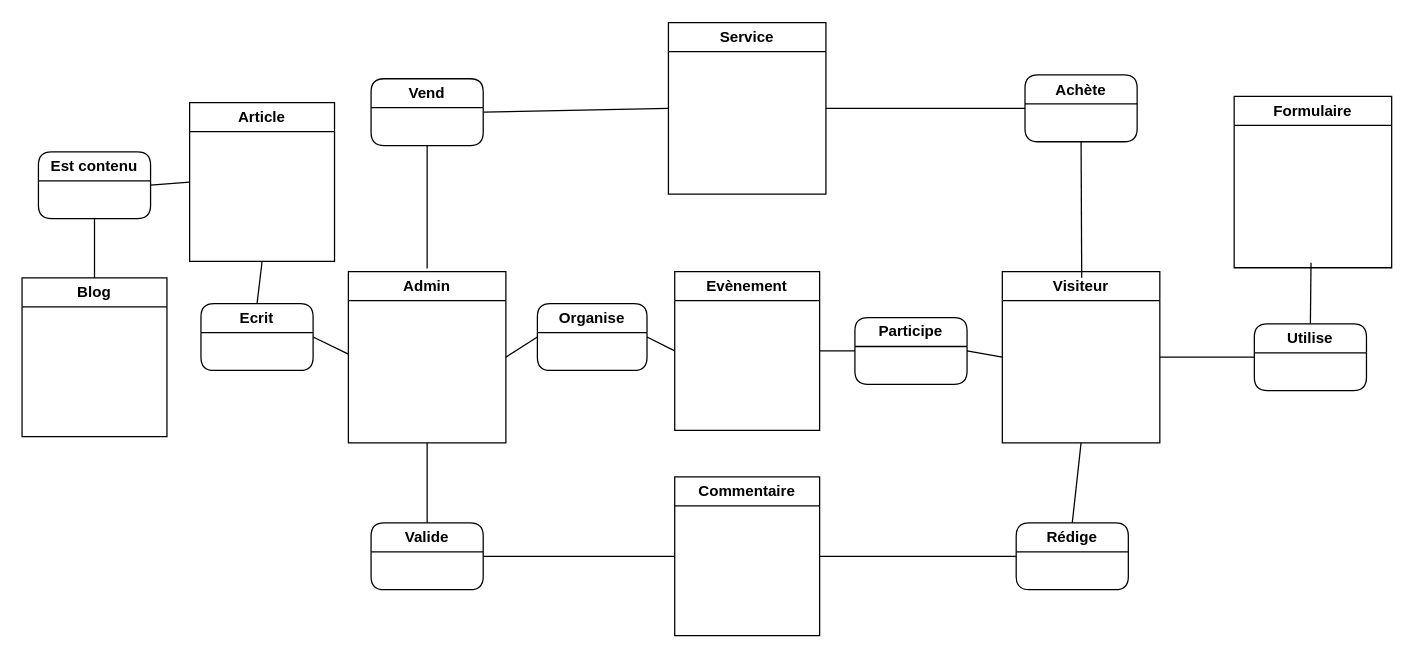
Jonathan-Saenger/Projet keeps this draw.io diagram as MCD.drawio. Above is the earlier version. Source tidied: cells renumbered, new cells numbered last; positions are measured from the earlier drawing's top-left corner, leaving out a move shared by most shapes. Both pictures are drawn from the tidied source at 126%, with x=0, y=0 at pixel (21, 21).
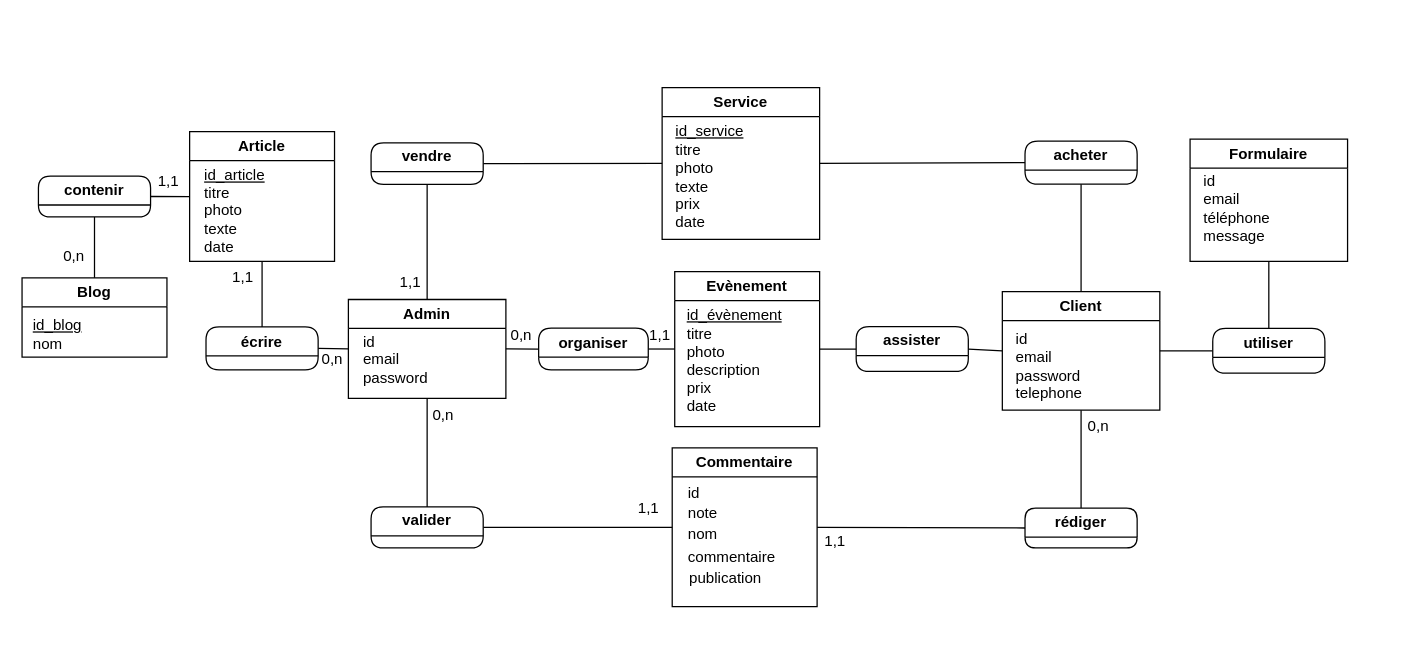
The same page after the edit.

Commit message (it also covers changes not shown here):
Etablissement des requêtes SQL

Change to the diagram source:
```diff
@@
-    <mxCell id="2" style="edgeStyle=none;html=1;entryX=1;entryY=0.5;entryDx=0;entryDy=0;endArrow=none;endFill=0;strokeColor=#000000;exitX=0;exitY=0.5;exitDx=0;exitDy=0;" parent="1" edge="1" target="9">
-      <mxGeometry relative="1" as="geometry">
-        <mxPoint x="259" y="263.5" as="sourcePoint" />
-      </mxGeometry>
+    <mxCell id="2" style="edgeStyle=none;html=1;entryX=1;entryY=0.5;entryDx=0;entryDy=0;endArrow=none;endFill=0;strokeColor=#000000;exitX=0;exitY=0.5;exitDx=0;exitDy=0;" parent="1" edge="1" source="5" target="9">
+      <mxGeometry relative="1" as="geometry" />
     </mxCell>
@@
-    <mxCell id="4" style="edgeStyle=none;html=1;entryX=0.5;entryY=1;entryDx=0;entryDy=0;strokeColor=#000000;endArrow=none;endFill=0;exitX=0.5;exitY=0;exitDx=0;exitDy=0;" parent="1" edge="1" target="25">
-      <mxGeometry relative="1" as="geometry">
-        <mxPoint x="321.5" y="195.5" as="sourcePoint" />
-      </mxGeometry>
+    <mxCell id="4" style="edgeStyle=none;html=1;entryX=0.5;entryY=1;entryDx=0;entryDy=0;strokeColor=#000000;endArrow=none;endFill=0;exitX=0.5;exitY=0;exitDx=0;exitDy=0;" parent="1" edge="1" source="5" target="25">
+      <mxGeometry relative="1" as="geometry" />
     </mxCell>
     <mxCell id="5" value="Admin" style="swimlane;whiteSpace=wrap;html=1;labelBackgroundColor=#FFFFFF;labelBorderColor=none;strokeColor=#000000;fontColor=#000000;fillColor=#FFFFFF;gradientColor=none;rounded=0;swimlaneLine=1;startSize=23;" parent="1" vertex="1">
-      <mxGeometry x="259" y="198" width="125" height="136" as="geometry" />
+      <mxGeometry x="259" y="220.2" width="125" height="78.5" as="geometry" />
     </mxCell>
+    <mxCell id="37" value="id&lt;br&gt;email&lt;br&gt;password" style="text;html=1;strokeColor=none;fillColor=none;align=left;verticalAlign=middle;whiteSpace=wrap;rounded=0;fontColor=#000000;" parent="5" vertex="1">
+      <mxGeometry x="10" y="33" width="60" height="30" as="geometry" />
+    </mxCell>
@@
     <mxCell id="7" value="Article" style="swimlane;whiteSpace=wrap;html=1;labelBackgroundColor=#FFFFFF;labelBorderColor=none;strokeColor=#000000;fontColor=#000000;fillColor=#FFFFFF;gradientColor=none;rounded=0;swimlaneLine=1;startSize=23;" parent="1" vertex="1">
-      <mxGeometry x="133" y="64" width="115" height="126" as="geometry" />
+      <mxGeometry x="133" y="87" width="115" height="103" as="geometry" />
     </mxCell>
+    <mxCell id="38" value="&lt;u&gt;id_article&lt;/u&gt;&lt;br&gt;titre&lt;br&gt;photo&lt;br&gt;texte&lt;br&gt;date" style="text;html=1;strokeColor=none;fillColor=none;align=left;verticalAlign=middle;whiteSpace=wrap;rounded=0;fontColor=#000000;" parent="7" vertex="1">
+      <mxGeometry x="10" y="48" width="60" height="30" as="geometry" />
+    </mxCell>
@@
-    <mxCell id="9" value="Ecrit" style="swimlane;whiteSpace=wrap;html=1;labelBackgroundColor=#FFFFFF;labelBorderColor=none;strokeColor=#000000;fontColor=#000000;fillColor=#FFFFFF;gradientColor=none;rounded=1;swimlaneLine=1;startSize=23;" parent="1" vertex="1">
-      <mxGeometry x="142" y="223.5" width="89" height="53" as="geometry" />
+    <mxCell id="9" value="écrire" style="swimlane;whiteSpace=wrap;html=1;labelBackgroundColor=#FFFFFF;labelBorderColor=none;strokeColor=#000000;fontColor=#000000;fillColor=#FFFFFF;gradientColor=none;rounded=1;swimlaneLine=1;startSize=23;" parent="1" vertex="1">
+      <mxGeometry x="146" y="242" width="89" height="34" as="geometry" />
     </mxCell>
     <mxCell id="10" value="Blog" style="swimlane;whiteSpace=wrap;html=1;labelBackgroundColor=#FFFFFF;labelBorderColor=none;strokeColor=#000000;fontColor=#000000;fillColor=#FFFFFF;gradientColor=none;rounded=0;swimlaneLine=1;startSize=23;" parent="1" vertex="1">
-      <mxGeometry y="203" width="115" height="126" as="geometry" />
+      <mxGeometry y="203" width="115" height="63" as="geometry" />
     </mxCell>
+    <mxCell id="39" value="&lt;u&gt;id_blog&lt;/u&gt;&lt;br&gt;nom" style="text;html=1;strokeColor=none;fillColor=none;align=left;verticalAlign=middle;whiteSpace=wrap;rounded=0;fontColor=#000000;" parent="10" vertex="1">
+      <mxGeometry x="7" y="30" width="60" height="30" as="geometry" />
+    </mxCell>
@@
-    <mxCell id="12" value="Est contenu" style="swimlane;whiteSpace=wrap;html=1;labelBackgroundColor=#FFFFFF;labelBorderColor=none;strokeColor=#000000;fontColor=#000000;fillColor=#FFFFFF;gradientColor=none;rounded=1;swimlaneLine=1;startSize=23;" parent="1" vertex="1">
-      <mxGeometry x="13" y="103" width="89" height="53" as="geometry" />
+    <mxCell id="12" value="contenir" style="swimlane;whiteSpace=wrap;html=1;labelBackgroundColor=#FFFFFF;labelBorderColor=none;strokeColor=#000000;fontColor=#000000;fillColor=#FFFFFF;gradientColor=none;rounded=1;swimlaneLine=1;startSize=23;" parent="1" vertex="1">
+      <mxGeometry x="13" y="122.2" width="89" height="32.5" as="geometry" />
     </mxCell>
@@
-    <mxCell id="15" value="Visiteur" style="swimlane;whiteSpace=wrap;html=1;labelBackgroundColor=#FFFFFF;labelBorderColor=none;strokeColor=#000000;fontColor=#000000;fillColor=#FFFFFF;gradientColor=none;rounded=0;swimlaneLine=1;startSize=23;" parent="1" vertex="1">
-      <mxGeometry x="778" y="198" width="125" height="136" as="geometry" />
+    <mxCell id="15" value="Client" style="swimlane;whiteSpace=wrap;html=1;labelBackgroundColor=#FFFFFF;labelBorderColor=none;strokeColor=#000000;fontColor=#000000;fillColor=#FFFFFF;gradientColor=none;rounded=0;swimlaneLine=1;startSize=23;" parent="1" vertex="1">
+      <mxGeometry x="778" y="214" width="125" height="94" as="geometry" />
     </mxCell>
+    <mxCell id="40" value="id&lt;br&gt;email&lt;br&gt;password&lt;br&gt;&lt;div style=&quot;&quot;&gt;&lt;span style=&quot;background-color: initial;&quot;&gt;telephone&lt;/span&gt;&lt;/div&gt;" style="text;html=1;strokeColor=none;fillColor=none;align=left;verticalAlign=middle;whiteSpace=wrap;rounded=0;fontColor=#000000;" parent="15" vertex="1">
+      <mxGeometry x="9" y="44" width="60" height="30" as="geometry" />
+    </mxCell>
     <mxCell id="16" value="Formulaire" style="swimlane;whiteSpace=wrap;html=1;labelBackgroundColor=#FFFFFF;labelBorderColor=none;strokeColor=#000000;fontColor=#000000;fillColor=#FFFFFF;gradientColor=none;rounded=0;swimlaneLine=1;startSize=23;" parent="1" vertex="1">
-      <mxGeometry x="962" y="59" width="125" height="136" as="geometry" />
+      <mxGeometry x="927" y="93" width="125" height="97" as="geometry" />
     </mxCell>
+    <mxCell id="41" value="id&lt;br&gt;email&lt;br&gt;téléphone&lt;br&gt;message" style="text;html=1;strokeColor=none;fillColor=none;align=left;verticalAlign=middle;whiteSpace=wrap;rounded=0;fontColor=#000000;" parent="16" vertex="1">
+      <mxGeometry x="9" y="40.2" width="60" height="30" as="geometry" />
+    </mxCell>
-    <mxCell id="17" style="edgeStyle=none;html=1;exitX=0.5;exitY=0;exitDx=0;exitDy=0;strokeColor=#000000;endArrow=none;endFill=0;" parent="1" edge="1" source="18">
-      <mxGeometry relative="1" as="geometry">
-        <mxPoint x="1023" y="191" as="targetPoint" />
-      </mxGeometry>
+    <mxCell id="17" style="edgeStyle=none;html=1;exitX=0.5;exitY=0;exitDx=0;exitDy=0;strokeColor=#000000;endArrow=none;endFill=0;entryX=0.5;entryY=1;entryDx=0;entryDy=0;" parent="1" edge="1" source="18" target="16">
+      <mxGeometry relative="1" as="geometry" />
     </mxCell>
-    <mxCell id="18" value="Utilise" style="swimlane;whiteSpace=wrap;html=1;labelBackgroundColor=#FFFFFF;labelBorderColor=none;strokeColor=#000000;fontColor=#000000;fillColor=#FFFFFF;gradientColor=none;rounded=1;swimlaneLine=1;startSize=23;" parent="1" vertex="1">
-      <mxGeometry x="978" y="239.5" width="89" height="53" as="geometry" />
+    <mxCell id="18" value="utiliser" style="swimlane;whiteSpace=wrap;html=1;labelBackgroundColor=#FFFFFF;labelBorderColor=none;strokeColor=#000000;fontColor=#000000;fillColor=#FFFFFF;gradientColor=none;rounded=1;swimlaneLine=1;startSize=23;" parent="1" vertex="1">
+      <mxGeometry x="945" y="243.2" width="89" height="35.5" as="geometry" />
     </mxCell>
@@
-    <mxCell id="20" value="Organise" style="swimlane;whiteSpace=wrap;html=1;labelBackgroundColor=#FFFFFF;labelBorderColor=none;strokeColor=#000000;fontColor=#000000;fillColor=#FFFFFF;gradientColor=none;rounded=1;swimlaneLine=1;startSize=23;" parent="1" vertex="1">
-      <mxGeometry x="409" y="223.5" width="87" height="53" as="geometry" />
+    <mxCell id="20" value="organiser" style="swimlane;whiteSpace=wrap;html=1;labelBackgroundColor=#FFFFFF;labelBorderColor=none;strokeColor=#000000;fontColor=#000000;fillColor=#FFFFFF;gradientColor=none;rounded=1;swimlaneLine=1;startSize=23;" parent="1" vertex="1">
+      <mxGeometry x="410" y="243" width="87" height="33" as="geometry" />
     </mxCell>
     <mxCell id="21" value="Evènement" style="swimlane;whiteSpace=wrap;html=1;labelBackgroundColor=#FFFFFF;labelBorderColor=none;strokeColor=#000000;fontColor=#000000;fillColor=#FFFFFF;gradientColor=none;rounded=0;swimlaneLine=1;startSize=23;" parent="1" vertex="1">
-      <mxGeometry x="518" y="198" width="115" height="126" as="geometry" />
+      <mxGeometry x="518" y="198" width="115" height="123" as="geometry" />
     </mxCell>
+    <mxCell id="42" value="&lt;u&gt;id_évènement&lt;/u&gt;&lt;br&gt;titre&lt;br&gt;photo&lt;br&gt;description&lt;br&gt;prix&lt;br&gt;date" style="text;html=1;strokeColor=none;fillColor=none;align=left;verticalAlign=middle;whiteSpace=wrap;rounded=0;fontColor=#000000;" parent="21" vertex="1">
+      <mxGeometry x="8" y="56" width="60" height="30" as="geometry" />
+    </mxCell>
-    <mxCell id="22" style="edgeStyle=none;html=1;exitX=0;exitY=0.5;exitDx=0;exitDy=0;entryX=1;entryY=0.5;entryDx=0;entryDy=0;strokeColor=#000000;endArrow=none;endFill=0;" parent="1" edge="1" source="23" target="21">
+    <mxCell id="22" style="edgeStyle=none;html=1;exitX=0;exitY=0.5;exitDx=0;exitDy=0;strokeColor=#000000;endArrow=none;endFill=0;entryX=1;entryY=0.5;entryDx=0;entryDy=0;" parent="1" edge="1" source="23" target="21">
       <mxGeometry relative="1" as="geometry" />
     </mxCell>
-    <mxCell id="23" value="Participe" style="swimlane;whiteSpace=wrap;html=1;labelBackgroundColor=#FFFFFF;labelBorderColor=none;strokeColor=#000000;fontColor=#000000;fillColor=#FFFFFF;gradientColor=none;rounded=1;swimlaneLine=1;startSize=23;" parent="1" vertex="1">
-      <mxGeometry x="661" y="234.5" width="89" height="53" as="geometry" />
+    <mxCell id="23" value="assister" style="swimlane;whiteSpace=wrap;html=1;labelBackgroundColor=#FFFFFF;labelBorderColor=none;strokeColor=#000000;fontColor=#000000;fillColor=#FFFFFF;gradientColor=none;rounded=1;swimlaneLine=1;startSize=23;" parent="1" vertex="1">
+      <mxGeometry x="662" y="241.8" width="89" height="35.5" as="geometry" />
     </mxCell>
@@
-    <mxCell id="25" value="Vend" style="swimlane;whiteSpace=wrap;html=1;labelBackgroundColor=#FFFFFF;labelBorderColor=none;strokeColor=#000000;fontColor=#000000;fillColor=#FFFFFF;gradientColor=none;rounded=1;swimlaneLine=1;startSize=23;" parent="1" vertex="1">
-      <mxGeometry x="277" y="45" width="89" height="53" as="geometry" />
+    <mxCell id="25" value="vendre" style="swimlane;whiteSpace=wrap;html=1;labelBackgroundColor=#FFFFFF;labelBorderColor=none;strokeColor=#000000;fontColor=#000000;fillColor=#FFFFFF;gradientColor=none;rounded=1;swimlaneLine=1;startSize=23;" parent="1" vertex="1">
+      <mxGeometry x="277" y="95.8" width="89" height="33" as="geometry" />
     </mxCell>
     <mxCell id="26" value="Service" style="swimlane;whiteSpace=wrap;html=1;labelBackgroundColor=#FFFFFF;labelBorderColor=none;strokeColor=#000000;fontColor=#000000;fillColor=#FFFFFF;gradientColor=none;rounded=0;swimlaneLine=1;startSize=23;" parent="1" vertex="1">
-      <mxGeometry x="513" y="0.5" width="125" height="136" as="geometry" />
+      <mxGeometry x="508" y="52" width="125" height="120.5" as="geometry" />
     </mxCell>
+    <mxCell id="43" value="&lt;u&gt;id_service&lt;/u&gt;&lt;br&gt;titre&lt;br&gt;photo&lt;br&gt;texte&lt;br&gt;prix&lt;br&gt;date" style="text;html=1;strokeColor=none;fillColor=none;align=left;verticalAlign=middle;whiteSpace=wrap;rounded=0;fontColor=#000000;" parent="26" vertex="1">
+      <mxGeometry x="9" y="56" width="60" height="30" as="geometry" />
+    </mxCell>
@@
-    <mxCell id="28" style="edgeStyle=none;html=1;strokeColor=#000000;endArrow=none;endFill=0;exitX=0.5;exitY=1;exitDx=0;exitDy=0;" parent="1" edge="1" source="29">
-      <mxGeometry relative="1" as="geometry">
-        <mxPoint x="841" y="203" as="targetPoint" />
-      </mxGeometry>
+    <mxCell id="28" style="edgeStyle=none;html=1;strokeColor=#000000;endArrow=none;endFill=0;exitX=0.5;exitY=1;exitDx=0;exitDy=0;entryX=0.5;entryY=0;entryDx=0;entryDy=0;" parent="1" edge="1" source="29" target="15">
+      <mxGeometry relative="1" as="geometry" />
     </mxCell>
-    <mxCell id="29" value="Achète" style="swimlane;whiteSpace=wrap;html=1;labelBackgroundColor=#FFFFFF;labelBorderColor=none;strokeColor=#000000;fontColor=#000000;fillColor=#FFFFFF;gradientColor=none;rounded=1;swimlaneLine=1;startSize=23;" parent="1" vertex="1">
-      <mxGeometry x="796" y="42" width="89" height="53" as="geometry" />
+    <mxCell id="29" value="acheter" style="swimlane;whiteSpace=wrap;html=1;labelBackgroundColor=#FFFFFF;labelBorderColor=none;strokeColor=#000000;fontColor=#000000;fillColor=#FFFFFF;gradientColor=none;rounded=1;swimlaneLine=1;startSize=23;" parent="1" vertex="1">
+      <mxGeometry x="796" y="94.5" width="89" height="34.2" as="geometry" />
     </mxCell>
@@
     <mxCell id="31" value="Commentaire" style="swimlane;whiteSpace=wrap;html=1;labelBackgroundColor=#FFFFFF;labelBorderColor=none;strokeColor=#000000;fontColor=#000000;fillColor=#FFFFFF;gradientColor=none;rounded=0;swimlaneLine=1;startSize=23;" parent="1" vertex="1">
-      <mxGeometry x="518" y="361" width="115" height="126" as="geometry" />
+      <mxGeometry x="516" y="338" width="115" height="126" as="geometry" />
     </mxCell>
+    <mxCell id="44" value="&lt;font color=&quot;#000000&quot;&gt;id&lt;/font&gt;" style="text;html=1;align=center;verticalAlign=middle;strokeColor=none;fillColor=none;" parent="31" vertex="1">
+      <mxGeometry x="3" y="23" width="27" height="26" as="geometry" />
+    </mxCell>
+    <mxCell id="45" value="&lt;font color=&quot;#000000&quot;&gt;note&lt;/font&gt;" style="text;html=1;align=center;verticalAlign=middle;strokeColor=none;fillColor=none;" parent="31" vertex="1">
+      <mxGeometry x="3" y="39" width="41" height="26" as="geometry" />
+    </mxCell>
+    <mxCell id="46" value="&lt;font color=&quot;#000000&quot;&gt;nom&lt;/font&gt;" style="text;html=1;align=center;verticalAlign=middle;strokeColor=none;fillColor=none;" parent="31" vertex="1">
+      <mxGeometry x="3" y="56" width="41" height="26" as="geometry" />
+    </mxCell>
+    <mxCell id="47" value="&lt;font color=&quot;#000000&quot;&gt;commentaire&lt;/font&gt;" style="text;html=1;align=center;verticalAlign=middle;strokeColor=none;fillColor=none;" parent="31" vertex="1">
+      <mxGeometry x="3" y="74" width="87" height="26" as="geometry" />
+    </mxCell>
+    <mxCell id="48" value="&lt;font color=&quot;#000000&quot;&gt;publication&lt;/font&gt;" style="text;html=1;align=center;verticalAlign=middle;strokeColor=none;fillColor=none;" parent="31" vertex="1">
+      <mxGeometry x="4" y="91" width="75" height="26" as="geometry" />
+    </mxCell>
@@
-    <mxCell id="33" value="Valide" style="swimlane;whiteSpace=wrap;html=1;labelBackgroundColor=#FFFFFF;labelBorderColor=none;strokeColor=#000000;fontColor=#000000;fillColor=#FFFFFF;gradientColor=none;rounded=1;swimlaneLine=1;startSize=23;" parent="1" vertex="1">
-      <mxGeometry x="277" y="397.5" width="89" height="53" as="geometry" />
+    <mxCell id="33" value="valider" style="swimlane;whiteSpace=wrap;html=1;labelBackgroundColor=#FFFFFF;labelBorderColor=none;strokeColor=#000000;fontColor=#000000;fillColor=#FFFFFF;gradientColor=none;rounded=1;swimlaneLine=1;startSize=23;" parent="1" vertex="1">
+      <mxGeometry x="277" y="384.8" width="89" height="32.5" as="geometry" />
     </mxCell>
-    <mxCell id="34" style="edgeStyle=none;html=1;exitX=0.5;exitY=0;exitDx=0;exitDy=0;entryX=0.5;entryY=1;entryDx=0;entryDy=0;strokeColor=#000000;endArrow=none;endFill=0;" parent="1" edge="1" source="36" target="15">
+    <mxCell id="34" style="edgeStyle=none;html=1;exitX=0.5;exitY=0;exitDx=0;exitDy=0;entryX=0.5;entryY=1;entryDx=0;entryDy=0;strokeColor=#000000;endArrow=none;endFill=0;labelBackgroundColor=#FFFFFF;fontColor=#000000;" parent="1" edge="1" source="36" target="15">
       <mxGeometry relative="1" as="geometry" />
     </mxCell>
@@
-    <mxCell id="36" value="Rédige" style="swimlane;whiteSpace=wrap;html=1;labelBackgroundColor=#FFFFFF;labelBorderColor=none;strokeColor=#000000;fontColor=#000000;fillColor=#FFFFFF;gradientColor=none;rounded=1;swimlaneLine=1;startSize=23;" parent="1" vertex="1">
-      <mxGeometry x="789" y="397.5" width="89" height="53" as="geometry" />
+    <mxCell id="36" value="rédiger" style="swimlane;whiteSpace=wrap;html=1;labelBackgroundColor=#FFFFFF;labelBorderColor=none;strokeColor=#000000;fontColor=#000000;fillColor=#FFFFFF;gradientColor=none;rounded=1;swimlaneLine=1;startSize=23;" parent="1" vertex="1">
+      <mxGeometry x="796" y="385.8" width="89" height="31.5" as="geometry" />
     </mxCell>
+    <mxCell id="49" value="0,n" style="text;html=1;align=center;verticalAlign=middle;strokeColor=none;fillColor=none;fontColor=#000000;" parent="1" vertex="1">
+      <mxGeometry x="836" y="308" width="35" height="26" as="geometry" />
+    </mxCell>
+    <mxCell id="50" value="1,1" style="text;html=1;align=center;verticalAlign=middle;strokeColor=none;fillColor=none;fontColor=#000000;" parent="1" vertex="1">
+      <mxGeometry x="627" y="399" width="35" height="26" as="geometry" />
+    </mxCell>
+    <mxCell id="51" value="1,1" style="text;html=1;align=center;verticalAlign=middle;strokeColor=none;fillColor=none;fontColor=#000000;" parent="1" vertex="1">
+      <mxGeometry x="479" y="373" width="35" height="26" as="geometry" />
+    </mxCell>
+    <mxCell id="52" value="0,n" style="text;html=1;align=center;verticalAlign=middle;strokeColor=none;fillColor=none;fontColor=#000000;" parent="1" vertex="1">
+      <mxGeometry x="316" y="298.8" width="35" height="26" as="geometry" />
+    </mxCell>
+    <mxCell id="53" value="1,1" style="text;html=1;align=center;verticalAlign=middle;strokeColor=none;fillColor=none;fontColor=#000000;" parent="1" vertex="1">
+      <mxGeometry x="157" y="190" width="35" height="26" as="geometry" />
+    </mxCell>
+    <mxCell id="54" value="0,n" style="text;html=1;align=center;verticalAlign=middle;strokeColor=none;fillColor=none;fontColor=#000000;" parent="1" vertex="1">
+      <mxGeometry x="228" y="255" width="35" height="26" as="geometry" />
+    </mxCell>
+    <mxCell id="55" value="1,1" style="text;html=1;align=center;verticalAlign=middle;strokeColor=none;fillColor=none;fontColor=#000000;" parent="1" vertex="1">
+      <mxGeometry x="98" y="114" width="35" height="26" as="geometry" />
+    </mxCell>
+    <mxCell id="56" value="0,n" style="text;html=1;align=center;verticalAlign=middle;strokeColor=none;fillColor=none;fontColor=#000000;" parent="1" vertex="1">
+      <mxGeometry x="23" y="172.5" width="35" height="26" as="geometry" />
+    </mxCell>
+    <mxCell id="57" value="1,1" style="text;html=1;align=center;verticalAlign=middle;strokeColor=none;fillColor=none;fontColor=#000000;" parent="1" vertex="1">
+      <mxGeometry x="488" y="236" width="35" height="26" as="geometry" />
+    </mxCell>
+    <mxCell id="58" value="1,1" style="text;html=1;align=center;verticalAlign=middle;strokeColor=none;fillColor=none;fontColor=#000000;" parent="1" vertex="1">
+      <mxGeometry x="290" y="194.2" width="35" height="26" as="geometry" />
+    </mxCell>
+    <mxCell id="59" value="0,n" style="text;html=1;align=center;verticalAlign=middle;strokeColor=none;fillColor=none;fontColor=#000000;" parent="1" vertex="1">
+      <mxGeometry x="378" y="236" width="35" height="26" as="geometry" />
+    </mxCell>
```
